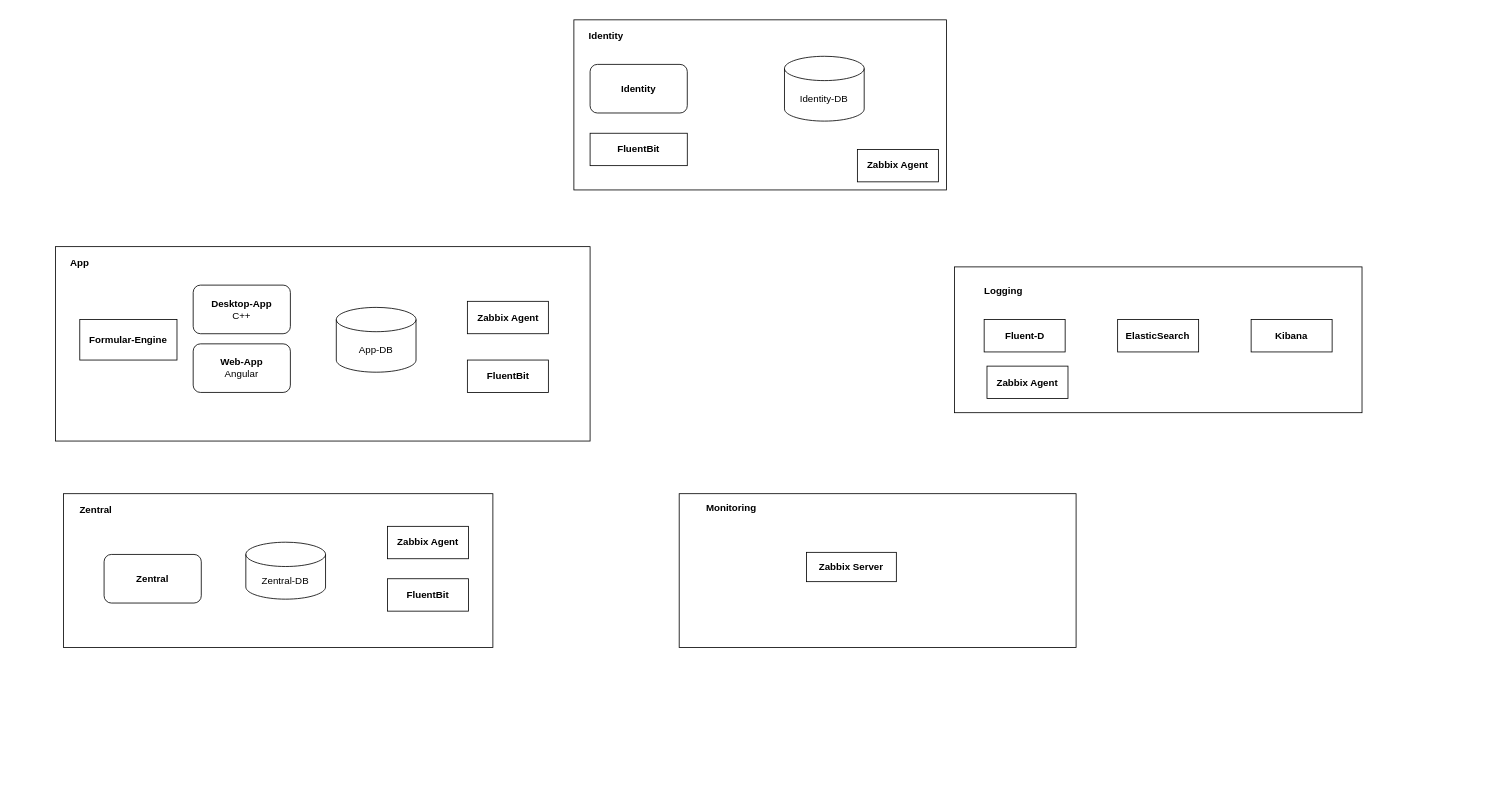
Earlier version of the draw.io diagram NextGen.drawio (mats68/next-gen-diagramm). Source tidied: cells renumbered, new cells numbered last; positions are measured from the earlier drawing's top-left corner, leaving out a move shared by most shapes. Both pictures are drawn from the tidied source at 81%, with x=0, y=0 at pixel (55, 19).
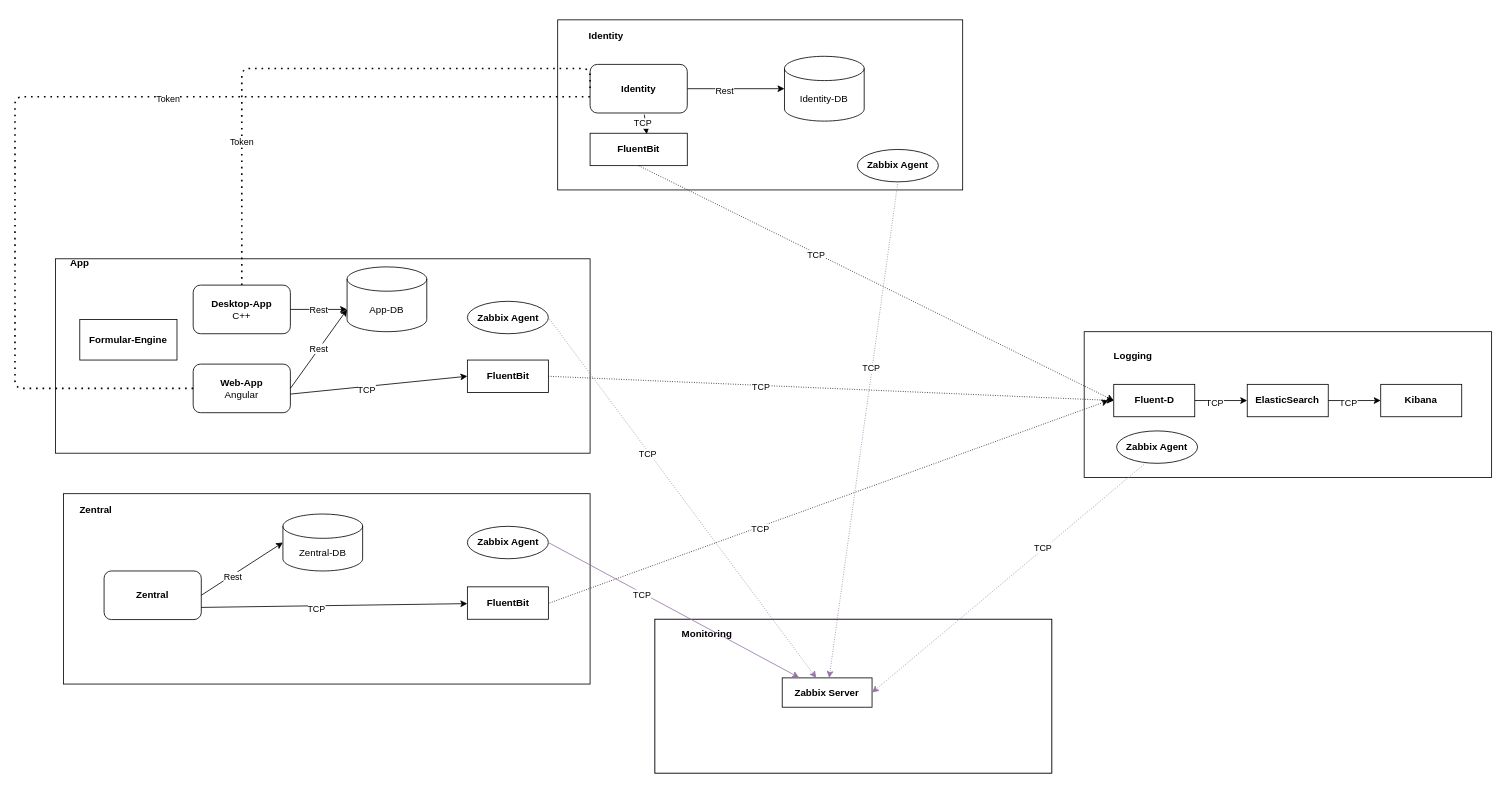
After the change.

Unchanged cells that the change refers to:
```xml
<mxCell id="5" value="&lt;b&gt;Identity&lt;/b&gt;" style="rounded=1;whiteSpace=wrap;html=1;" parent="1" vertex="1">
  <mxGeometry x="660" y="55" width="120" height="60" as="geometry" />
</mxCell>
<mxCell id="6" value="&lt;b&gt;Desktop-App&lt;/b&gt;&lt;br&gt;C++" style="rounded=1;whiteSpace=wrap;html=1;" parent="1" vertex="1">
  <mxGeometry x="170" y="327.5" width="120" height="60" as="geometry" />
</mxCell>
<mxCell id="13" value="Identity-DB" style="shape=cylinder3;whiteSpace=wrap;html=1;boundedLbl=1;backgroundOutline=1;size=15;" parent="1" vertex="1">
  <mxGeometry x="900" y="45" width="98.4" height="80" as="geometry" />
</mxCell>
<mxCell id="18" value="&lt;b&gt;FluentBit&lt;/b&gt;" style="rounded=0;whiteSpace=wrap;html=1;" parent="1" vertex="1">
  <mxGeometry x="660" y="140" width="120" height="40" as="geometry" />
</mxCell>
<mxCell id="20" value="&lt;b&gt;FluentBit&lt;/b&gt;" style="rounded=0;whiteSpace=wrap;html=1;" parent="1" vertex="1">
  <mxGeometry x="508.5" y="420" width="100" height="40" as="geometry" />
</mxCell>
<mxCell id="27" value="&lt;b&gt;Zabbix Server&lt;/b&gt;" style="rounded=0;whiteSpace=wrap;html=1;" parent="24" vertex="1">
  <mxGeometry x="157.2" y="72.4" width="110.9" height="36.2" as="geometry" />
</mxCell>
```

Change to the diagram source:
```diff
@@
     <mxCell id="2" style="rounded=0;whiteSpace=wrap;html=1;" parent="1" vertex="1">
-      <mxGeometry y="280" width="660" height="240" as="geometry" />
+      <mxGeometry y="295" width="660" height="240" as="geometry" />
     </mxCell>
     <mxCell id="3" value="&lt;b&gt;Web-App&lt;/b&gt;&lt;br&gt;Angular" style="rounded=1;whiteSpace=wrap;html=1;" parent="1" vertex="1">
-      <mxGeometry x="170" y="400" width="120" height="60" as="geometry" />
+      <mxGeometry x="170" y="425" width="120" height="60" as="geometry" />
     </mxCell>
     <mxCell id="4" style="rounded=0;whiteSpace=wrap;html=1;" parent="1" vertex="1">
-      <mxGeometry x="640" width="460" height="210" as="geometry" />
+      <mxGeometry x="620" width="500" height="210" as="geometry" />
     </mxCell>
+    <mxCell id="36" style="edgeStyle=none;rounded=0;jettySize=auto;html=1;exitX=1;exitY=0.5;exitDx=0;exitDy=0;" parent="1" edge="1" source="5" target="13">
+      <mxGeometry relative="1" as="geometry" />
+    </mxCell>
+    <mxCell id="37" value="Rest" style="edgeLabel;html=1;align=center;verticalAlign=middle;" parent="36" vertex="1">
+      <mxGeometry x="-0.25" y="-2" relative="1" as="geometry" />
+    </mxCell>
@@
     <mxCell id="11" value="App-DB" style="shape=cylinder3;whiteSpace=wrap;html=1;boundedLbl=1;backgroundOutline=1;size=15;" parent="1" vertex="1">
-      <mxGeometry x="346.7" y="355" width="98.4" height="80" as="geometry" />
+      <mxGeometry x="360" y="305" width="98.4" height="80" as="geometry" />
     </mxCell>
@@
     <mxCell id="14" style="rounded=0;whiteSpace=wrap;html=1;" parent="1" vertex="1">
-      <mxGeometry x="10" y="585" width="530" height="190" as="geometry" />
+      <mxGeometry x="10" y="585" width="650" height="235" as="geometry" />
     </mxCell>
     <mxCell id="15" value="&lt;b&gt;Zentral&lt;/b&gt;" style="rounded=1;whiteSpace=wrap;html=1;" parent="1" vertex="1">
-      <mxGeometry x="60" y="660" width="120" height="60" as="geometry" />
+      <mxGeometry x="60" y="680.4" width="120" height="60" as="geometry" />
     </mxCell>
     <mxCell id="16" value="Zentral-DB" style="shape=cylinder3;whiteSpace=wrap;html=1;boundedLbl=1;backgroundOutline=1;size=15;" parent="1" vertex="1">
-      <mxGeometry x="235" y="644.9" width="98.4" height="70.3" as="geometry" />
+      <mxGeometry x="280.8" y="610.1" width="98.4" height="70.3" as="geometry" />
     </mxCell>
@@
     <mxCell id="19" value="&lt;b&gt;FluentBit&lt;/b&gt;" style="rounded=0;whiteSpace=wrap;html=1;" parent="1" vertex="1">
-      <mxGeometry x="410" y="690" width="100" height="40" as="geometry" />
+      <mxGeometry x="508.5" y="700" width="100" height="40" as="geometry" />
     </mxCell>
@@
-    <mxCell id="21" value="&lt;b&gt;Zabbix Agent&lt;/b&gt;" style="rounded=0;whiteSpace=wrap;html=1;" parent="1" vertex="1">
+    <mxCell id="21" value="&lt;b&gt;Zabbix Agent&lt;/b&gt;" style="ellipse;whiteSpace=wrap;html=1;" parent="1" vertex="1">
       <mxGeometry x="990" y="160" width="100" height="40" as="geometry" />
     </mxCell>
-    <mxCell id="22" value="&lt;b&gt;Zabbix Agent&lt;/b&gt;" style="rounded=0;whiteSpace=wrap;html=1;" parent="1" vertex="1">
+    <mxCell id="22" value="&lt;b&gt;Zabbix Agent&lt;/b&gt;" style="ellipse;whiteSpace=wrap;html=1;" parent="1" vertex="1">
       <mxGeometry x="508.5" y="347.5" width="100" height="40" as="geometry" />
     </mxCell>
-    <mxCell id="23" value="&lt;b&gt;Zabbix Agent&lt;/b&gt;" style="rounded=0;whiteSpace=wrap;html=1;" parent="1" vertex="1">
-      <mxGeometry x="410" y="625.3" width="100" height="40" as="geometry" />
+    <mxCell id="23" value="&lt;b&gt;Zabbix Agent&lt;/b&gt;" style="ellipse;whiteSpace=wrap;html=1;" parent="1" vertex="1">
+      <mxGeometry x="508.5" y="625.3" width="100" height="40" as="geometry" />
     </mxCell>
-    <mxCell id="24" style="group;" parent="1" vertex="1">
-      <mxGeometry x="770" y="585" width="490" height="190" as="geometry" />
+    <mxCell id="24" style="group;fillColor=#e1d5e7;strokeColor=#9673a6;" parent="1" vertex="1">
+      <mxGeometry x="740" y="740" width="490" height="190" as="geometry" />
     </mxCell>
@@
-    <mxCell id="29" style="group;" parent="1" vertex="1">
-      <mxGeometry x="1110" y="305" width="503" height="180" as="geometry" />
-    </mxCell>
+    <mxCell id="38" value="Rest" style="edgeStyle=none;rounded=0;jettySize=auto;html=1;exitX=1;exitY=0.5;exitDx=0;exitDy=0;entryX=0;entryY=0;entryDx=0;entryDy=52.5;entryPerimeter=0;" parent="1" edge="1" source="6" target="11">
+      <mxGeometry relative="1" as="geometry" />
+    </mxCell>
+    <mxCell id="39" value="Rest" style="edgeStyle=none;rounded=0;jettySize=auto;html=1;entryX=0;entryY=0;entryDx=0;entryDy=52.5;entryPerimeter=0;exitX=1;exitY=0.5;exitDx=0;exitDy=0;" parent="1" edge="1" source="3" target="11">
+      <mxGeometry relative="1" as="geometry" />
+    </mxCell>
+    <mxCell id="40" style="edgeStyle=none;rounded=0;jettySize=auto;html=1;exitX=1;exitY=0.5;exitDx=0;exitDy=0;entryX=0;entryY=0.5;entryDx=0;entryDy=0;entryPerimeter=0;" parent="1" edge="1" source="15" target="16">
+      <mxGeometry relative="1" as="geometry" />
+    </mxCell>
+    <mxCell id="41" value="Rest" style="edgeLabel;html=1;align=center;verticalAlign=middle;" parent="40" vertex="1">
+      <mxGeometry x="-0.25" y="-2" relative="1" as="geometry" />
+    </mxCell>
+    <mxCell id="42" style="edgeStyle=none;rounded=0;jettySize=auto;html=1;exitX=1;exitY=0.5;exitDx=0;exitDy=0;fillColor=#e1d5e7;strokeColor=#9673a6;dashed=1;dashPattern=1 2;" parent="1" edge="1" source="22" target="27">
+      <mxGeometry relative="1" as="geometry" />
+    </mxCell>
+    <mxCell id="43" value="TCP" style="edgeLabel;html=1;align=center;verticalAlign=middle;" parent="42" vertex="1">
+      <mxGeometry x="-0.25" y="-2" relative="1" as="geometry" />
+    </mxCell>
+    <mxCell id="44" style="edgeStyle=none;rounded=0;jettySize=auto;html=1;exitX=0.5;exitY=1;exitDx=0;exitDy=0;fillColor=#e1d5e7;strokeColor=#9673a6;dashed=1;dashPattern=1 2;" parent="1" edge="1" source="21" target="27">
+      <mxGeometry relative="1" as="geometry" />
+    </mxCell>
+    <mxCell id="45" value="TCP" style="edgeLabel;html=1;align=center;verticalAlign=middle;" parent="44" vertex="1">
+      <mxGeometry x="-0.25" y="-2" relative="1" as="geometry" />
+    </mxCell>
+    <mxCell id="46" style="edgeStyle=none;rounded=0;jettySize=auto;html=1;exitX=1;exitY=0.5;exitDx=0;exitDy=0;entryX=0.188;entryY=-0.011;entryDx=0;entryDy=0;entryPerimeter=0;fillColor=#e1d5e7;strokeColor=#9673a6;" parent="1" edge="1" source="23" target="27">
+      <mxGeometry relative="1" as="geometry" />
+    </mxCell>
+    <mxCell id="47" value="TCP" style="edgeLabel;html=1;align=center;verticalAlign=middle;" parent="46" vertex="1">
+      <mxGeometry x="-0.25" y="-2" relative="1" as="geometry" />
+    </mxCell>
-    <mxCell id="30" style="rounded=0;whiteSpace=wrap;html=1;" parent="29" vertex="1">
-      <mxGeometry width="503" height="180" as="geometry" />
+    <mxCell id="30" style="rounded=0;whiteSpace=wrap;html=1;" parent="1" vertex="1">
+      <mxGeometry x="1270" y="385" width="503" height="180" as="geometry" />
     </mxCell>
-    <mxCell id="31" value="&lt;b&gt;Logging&lt;/b&gt;" style="text;html=1;strokeColor=none;fillColor=none;align=center;verticalAlign=middle;whiteSpace=wrap;rounded=0;" parent="29" vertex="1">
-      <mxGeometry x="36.5" y="20" width="46.8" height="20" as="geometry" />
+    <mxCell id="31" value="&lt;b&gt;Logging&lt;/b&gt;" style="text;html=1;strokeColor=none;fillColor=none;align=center;verticalAlign=middle;whiteSpace=wrap;rounded=0;" parent="1" vertex="1">
+      <mxGeometry x="1306.5" y="405" width="46.8" height="20" as="geometry" />
     </mxCell>
-    <mxCell id="32" value="&lt;b&gt;Fluent-D&lt;/b&gt;" style="rounded=0;whiteSpace=wrap;html=1;" parent="29" vertex="1">
-      <mxGeometry x="36.5" y="65" width="100" height="40" as="geometry" />
+    <mxCell id="32" value="&lt;b&gt;Fluent-D&lt;/b&gt;" style="rounded=0;whiteSpace=wrap;html=1;" parent="1" vertex="1">
+      <mxGeometry x="1306.5" y="450" width="100" height="40" as="geometry" />
     </mxCell>
-    <mxCell id="33" value="&lt;b&gt;ElasticSearch&lt;br&gt;&lt;/b&gt;" style="rounded=0;whiteSpace=wrap;html=1;" parent="29" vertex="1">
-      <mxGeometry x="201.3" y="65" width="100" height="40" as="geometry" />
+    <mxCell id="33" value="&lt;b&gt;ElasticSearch&lt;br&gt;&lt;/b&gt;" style="rounded=0;whiteSpace=wrap;html=1;" parent="1" vertex="1">
+      <mxGeometry x="1471.3" y="450" width="100" height="40" as="geometry" />
     </mxCell>
-    <mxCell id="34" value="&lt;b&gt;Kibana&lt;/b&gt;" style="rounded=0;whiteSpace=wrap;html=1;" parent="29" vertex="1">
-      <mxGeometry x="366.1" y="65" width="100" height="40" as="geometry" />
+    <mxCell id="34" value="&lt;b&gt;Kibana&lt;/b&gt;" style="rounded=0;whiteSpace=wrap;html=1;" parent="1" vertex="1">
+      <mxGeometry x="1636.1" y="450" width="100" height="40" as="geometry" />
     </mxCell>
-    <mxCell id="35" value="&lt;b&gt;Zabbix Agent&lt;/b&gt;" style="rounded=0;whiteSpace=wrap;html=1;" parent="29" vertex="1">
-      <mxGeometry x="40" y="122.5" width="100" height="40" as="geometry" />
+    <mxCell id="35" value="&lt;b&gt;Zabbix Agent&lt;/b&gt;" style="ellipse;whiteSpace=wrap;html=1;" parent="1" vertex="1">
+      <mxGeometry x="1310" y="507.5" width="100" height="40" as="geometry" />
     </mxCell>
+    <mxCell id="48" style="edgeStyle=none;rounded=0;jettySize=auto;html=1;exitX=1;exitY=0.5;exitDx=0;exitDy=0;entryX=0;entryY=0.5;entryDx=0;entryDy=0;" parent="1" edge="1" source="32" target="33">
+      <mxGeometry x="1350" y="355" as="geometry" />
+    </mxCell>
+    <mxCell id="49" value="TCP" style="edgeLabel;html=1;align=center;verticalAlign=middle;" parent="48" vertex="1">
+      <mxGeometry x="-0.25" y="-2" relative="1" as="geometry" />
+    </mxCell>
+    <mxCell id="50" style="edgeStyle=none;rounded=0;jettySize=auto;html=1;exitX=1;exitY=0.5;exitDx=0;exitDy=0;entryX=0;entryY=0.5;entryDx=0;entryDy=0;" parent="1" edge="1" source="33" target="34">
+      <mxGeometry x="1350" y="355" as="geometry" />
+    </mxCell>
+    <mxCell id="51" value="TCP" style="edgeLabel;html=1;align=center;verticalAlign=middle;" parent="50" vertex="1">
+      <mxGeometry x="-0.25" y="-2" relative="1" as="geometry" />
+    </mxCell>
+    <mxCell id="52" style="edgeStyle=none;rounded=0;jettySize=auto;html=1;exitX=0.36;exitY=0.988;exitDx=0;exitDy=0;entryX=1;entryY=0.5;entryDx=0;entryDy=0;fillColor=#e1d5e7;strokeColor=#9673a6;exitPerimeter=0;dashed=1;dashPattern=1 2;" parent="1" edge="1" source="35" target="27">
+      <mxGeometry relative="1" as="geometry" />
+    </mxCell>
+    <mxCell id="53" value="TCP" style="edgeLabel;html=1;align=center;verticalAlign=middle;" parent="52" vertex="1">
+      <mxGeometry x="-0.25" y="-2" relative="1" as="geometry" />
+    </mxCell>
+    <mxCell id="54" style="edgeStyle=none;rounded=0;jettySize=auto;html=1;exitX=0.923;exitY=0.574;exitDx=0;exitDy=0;exitPerimeter=0;dashed=1;dashPattern=1 2;" parent="1" edge="1" source="14">
+      <mxGeometry relative="1" as="geometry">
+        <mxPoint x="1300" y="470" as="targetPoint" />
+      </mxGeometry>
+    </mxCell>
+    <mxCell id="55" value="TCP" style="edgeLabel;html=1;align=center;verticalAlign=middle;" parent="54" vertex="1">
+      <mxGeometry x="-0.25" y="-2" relative="1" as="geometry" />
+    </mxCell>
+    <mxCell id="56" style="edgeStyle=none;rounded=0;jettySize=auto;html=1;exitX=0.5;exitY=1;exitDx=0;exitDy=0;entryX=0;entryY=0.5;entryDx=0;entryDy=0;dashed=1;dashPattern=1 2;" parent="1" edge="1" source="18" target="32">
+      <mxGeometry relative="1" as="geometry" />
+    </mxCell>
+    <mxCell id="57" value="TCP" style="edgeLabel;html=1;align=center;verticalAlign=middle;" parent="56" vertex="1">
+      <mxGeometry x="-0.25" y="-2" relative="1" as="geometry" />
+    </mxCell>
+    <mxCell id="58" style="edgeStyle=none;rounded=0;jettySize=auto;html=1;exitX=1;exitY=0.5;exitDx=0;exitDy=0;entryX=0;entryY=0.5;entryDx=0;entryDy=0;dashed=1;dashPattern=1 2;" parent="1" edge="1" source="20" target="32">
+      <mxGeometry relative="1" as="geometry" />
+    </mxCell>
+    <mxCell id="59" value="TCP" style="edgeLabel;html=1;align=center;verticalAlign=middle;" parent="58" vertex="1">
+      <mxGeometry x="-0.25" y="-2" relative="1" as="geometry" />
+    </mxCell>
+    <mxCell id="60" style="edgeStyle=none;rounded=0;jettySize=auto;html=1;exitX=1;exitY=0.75;exitDx=0;exitDy=0;" parent="1" edge="1" source="15" target="19">
+      <mxGeometry relative="1" as="geometry" />
+    </mxCell>
+    <mxCell id="61" value="TCP" style="edgeLabel;html=1;align=center;verticalAlign=middle;" parent="60" vertex="1">
+      <mxGeometry x="-0.14" y="-4" relative="1" as="geometry" />
+    </mxCell>
+    <mxCell id="62" style="edgeStyle=none;rounded=0;jettySize=auto;html=1;exitX=1;exitY=0.617;exitDx=0;exitDy=0;exitPerimeter=0;entryX=0;entryY=0.5;entryDx=0;entryDy=0;" parent="1" edge="1" source="3" target="20">
+      <mxGeometry relative="1" as="geometry" />
+    </mxCell>
+    <mxCell id="63" value="TCP" style="edgeLabel;html=1;align=center;verticalAlign=middle;" parent="62" vertex="1">
+      <mxGeometry x="-0.14" y="-4" relative="1" as="geometry" />
+    </mxCell>
+    <mxCell id="64" style="edgeStyle=none;rounded=0;jettySize=auto;html=1;exitX=0.558;exitY=1.033;exitDx=0;exitDy=0;exitPerimeter=0;entryX=0.583;entryY=0.025;entryDx=0;entryDy=0;entryPerimeter=0;" parent="1" edge="1" source="5" target="18">
+      <mxGeometry relative="1" as="geometry" />
+    </mxCell>
+    <mxCell id="65" value="TCP" style="edgeLabel;html=1;align=center;verticalAlign=middle;" parent="64" vertex="1">
+      <mxGeometry x="-0.14" y="-4" relative="1" as="geometry" />
+    </mxCell>
+    <mxCell id="66" style="endArrow=none;dashed=1;html=1;dashPattern=1 3;strokeWidth=2;entryX=0;entryY=0.5;entryDx=0;entryDy=0;exitX=0.5;exitY=0;exitDx=0;exitDy=0;edgeStyle=orthogonalEdgeStyle;" parent="1" edge="1" source="6" target="5">
+      <mxGeometry relative="1" as="geometry">
+        <Array as="points">
+          <mxPoint x="230" y="60" />
+          <mxPoint x="660" y="60" />
+        </Array>
+      </mxGeometry>
+    </mxCell>
+    <mxCell id="67" value="Token" style="edgeLabel;html=1;align=center;verticalAlign=middle;" parent="66" vertex="1">
+      <mxGeometry x="-0.51" y="1" relative="1" as="geometry" />
+    </mxCell>
+    <mxCell id="68" style="endArrow=none;dashed=1;html=1;dashPattern=1 3;strokeWidth=2;exitX=0;exitY=0.5;exitDx=0;exitDy=0;edgeStyle=orthogonalEdgeStyle;" parent="1" edge="1" source="3">
+      <mxGeometry relative="1" as="geometry">
+        <mxPoint x="660" y="95" as="targetPoint" />
+        <Array as="points">
+          <mxPoint x="-50" y="455" />
+          <mxPoint x="-50" y="95" />
+        </Array>
+      </mxGeometry>
+    </mxCell>
+    <mxCell id="69" value="Token" style="edgeLabel;html=1;align=center;verticalAlign=middle;" parent="68" vertex="1">
+      <mxGeometry x="0.19" y="-2" relative="1" as="geometry" />
+    </mxCell>
```
